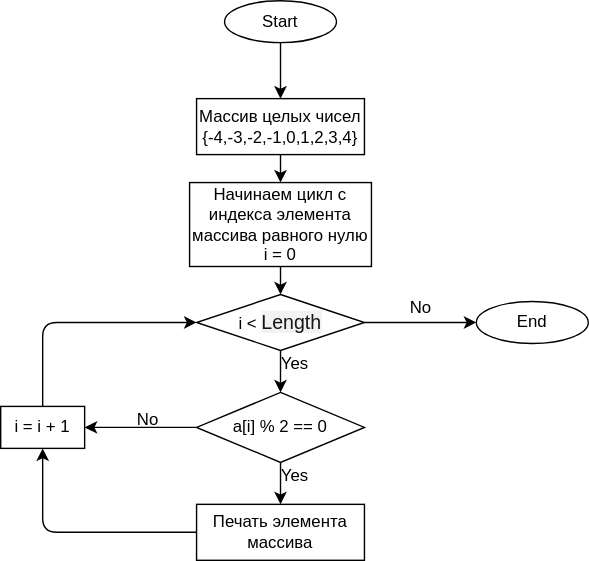
The draw.io diagram Flowchart.drawio.svg in Yas-son/Final_test_work_1_quarter_GB, before a commit. Source tidied: cells renumbered, new cells last; positions are measured from the earlier drawing's top-left corner, leaving out a move shared by most shapes. Source of this version:
```xml
<mxGraphModel>
  <root>
    <mxCell id="0" />
    <mxCell id="1" parent="0" />
    <mxCell id="2" style="edgeStyle=none;html=1;" parent="1" edge="1" source="3" target="5">
      <mxGeometry relative="1" as="geometry" />
    </mxCell>
    <mxCell id="3" value="Start" style="ellipse;whiteSpace=wrap;html=1;" parent="1" vertex="1">
      <mxGeometry x="160" width="80" height="30" as="geometry" />
    </mxCell>
    <mxCell id="4" style="edgeStyle=none;html=1;" parent="1" edge="1" source="5" target="7">
      <mxGeometry relative="1" as="geometry" />
    </mxCell>
    <mxCell id="5" value="Массив целых чисел&lt;br&gt;{-4,-3,-2,-1,0,1,2,3,4}" style="whiteSpace=wrap;html=1;" parent="1" vertex="1">
      <mxGeometry x="140" y="70" width="120" height="40" as="geometry" />
    </mxCell>
    <mxCell id="6" style="edgeStyle=none;html=1;" parent="1" edge="1" source="7" target="10">
      <mxGeometry relative="1" as="geometry" />
    </mxCell>
    <mxCell id="7" value="Начинаем цикл с индекса элемента массива равного нулю&lt;br&gt;i = 0" style="whiteSpace=wrap;html=1;" parent="1" vertex="1">
      <mxGeometry x="135" y="130" width="130" height="60" as="geometry" />
    </mxCell>
    <mxCell id="8" style="edgeStyle=none;html=1;" parent="1" edge="1" source="10">
      <mxGeometry relative="1" as="geometry">
        <mxPoint x="340" y="230" as="targetPoint" />
      </mxGeometry>
    </mxCell>
    <mxCell id="9" style="edgeStyle=none;html=1;" parent="1" edge="1" source="10" target="15">
      <mxGeometry relative="1" as="geometry" />
    </mxCell>
    <mxCell id="10" value="i &amp;lt;&amp;nbsp;&lt;span style=&quot;color: rgb(23 , 23 , 23) ; font-family: , &amp;#34;consolas&amp;#34; , &amp;#34;liberation mono&amp;#34; , &amp;#34;menlo&amp;#34; , &amp;#34;courier&amp;#34; , monospace ; font-size: 14px ; background-color: rgb(242 , 242 , 242)&quot;&gt;Length&lt;/span&gt;" style="rhombus;whiteSpace=wrap;html=1;" parent="1" vertex="1">
      <mxGeometry x="140" y="210" width="120" height="40" as="geometry" />
    </mxCell>
    <mxCell id="11" value="No" style="text;html=1;align=center;verticalAlign=middle;fillColor=none;strokeColor=none;rounded=0;" parent="1" vertex="1">
      <mxGeometry x="285" y="210" width="30" height="20" as="geometry" />
    </mxCell>
    <mxCell id="12" value="End" style="ellipse;whiteSpace=wrap;html=1;" parent="1" vertex="1">
      <mxGeometry x="340" y="215" width="80" height="30" as="geometry" />
    </mxCell>
    <mxCell id="13" style="edgeStyle=none;html=1;" parent="1" edge="1" source="15">
      <mxGeometry relative="1" as="geometry">
        <mxPoint x="200" y="360" as="targetPoint" />
      </mxGeometry>
    </mxCell>
    <mxCell id="14" style="edgeStyle=none;html=1;" parent="1" edge="1" source="15" target="19">
      <mxGeometry relative="1" as="geometry" />
    </mxCell>
    <mxCell id="15" value="a[i] % 2 == 0" style="rhombus;whiteSpace=wrap;html=1;" parent="1" vertex="1">
      <mxGeometry x="140" y="280" width="120" height="50" as="geometry" />
    </mxCell>
    <mxCell id="16" style="edgeStyle=none;html=1;entryX=0.5;entryY=1;entryDx=0;entryDy=0;" parent="1" edge="1" source="17" target="19">
      <mxGeometry relative="1" as="geometry">
        <Array as="points">
          <mxPoint x="30" y="380" />
        </Array>
      </mxGeometry>
    </mxCell>
    <mxCell id="17" value="Печать элемента массива" style="rounded=0;whiteSpace=wrap;html=1;" parent="1" vertex="1">
      <mxGeometry x="140" y="360" width="120" height="40" as="geometry" />
    </mxCell>
    <mxCell id="18" style="edgeStyle=none;html=1;entryX=0;entryY=0.5;entryDx=0;entryDy=0;" parent="1" edge="1" source="19" target="10">
      <mxGeometry relative="1" as="geometry">
        <Array as="points">
          <mxPoint x="30" y="230" />
        </Array>
      </mxGeometry>
    </mxCell>
    <mxCell id="19" value="i = i + 1" style="whiteSpace=wrap;html=1;" parent="1" vertex="1">
      <mxGeometry y="290" width="60" height="30" as="geometry" />
    </mxCell>
    <mxCell id="20" value="Yes" style="text;html=1;align=center;verticalAlign=middle;fillColor=none;strokeColor=none;rounded=0;" parent="1" vertex="1">
      <mxGeometry x="190" y="250" width="40" height="20" as="geometry" />
    </mxCell>
    <mxCell id="21" value="Yes" style="text;html=1;align=center;verticalAlign=middle;fillColor=none;strokeColor=none;rounded=0;" parent="1" vertex="1">
      <mxGeometry x="190" y="330" width="40" height="20" as="geometry" />
    </mxCell>
    <mxCell id="22" value="No" style="text;html=1;align=center;verticalAlign=middle;fillColor=none;strokeColor=none;rounded=0;" parent="1" vertex="1">
      <mxGeometry x="90" y="290" width="30" height="20" as="geometry" />
    </mxCell>
  </root>
</mxGraphModel>
```
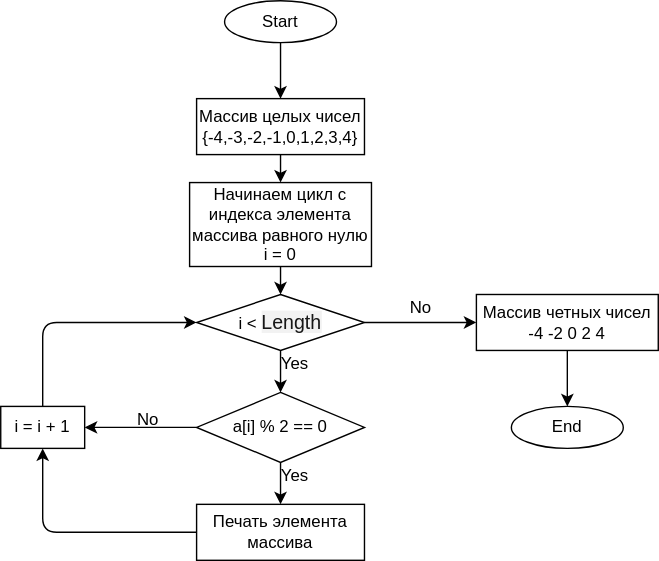
The same file after the commit.

Change to the diagram source:
```diff
@@ -35,7 +35,7 @@
       <mxGeometry x="285" y="210" width="30" height="20" as="geometry" />
     </mxCell>
     <mxCell id="12" value="End" style="ellipse;whiteSpace=wrap;html=1;" parent="1" vertex="1">
-      <mxGeometry x="340" y="215" width="80" height="30" as="geometry" />
+      <mxGeometry x="365" y="290" width="80" height="30" as="geometry" />
     </mxCell>
     <mxCell id="13" style="edgeStyle=none;html=1;" parent="1" edge="1" source="15">
       <mxGeometry relative="1" as="geometry">
@@ -77,5 +77,11 @@
     <mxCell id="22" value="No" style="text;html=1;align=center;verticalAlign=middle;fillColor=none;strokeColor=none;rounded=0;" parent="1" vertex="1">
       <mxGeometry x="90" y="290" width="30" height="20" as="geometry" />
     </mxCell>
+    <mxCell id="23" style="edgeStyle=none;html=1;" parent="1" edge="1" source="24" target="12">
+      <mxGeometry relative="1" as="geometry" />
+    </mxCell>
+    <mxCell id="24" value="Массив четных чисел&lt;br&gt;-4 -2 0 2 4" style="whiteSpace=wrap;html=1;" parent="1" vertex="1">
+      <mxGeometry x="340" y="210" width="130" height="40" as="geometry" />
+    </mxCell>
   </root>
 </mxGraphModel>
```
